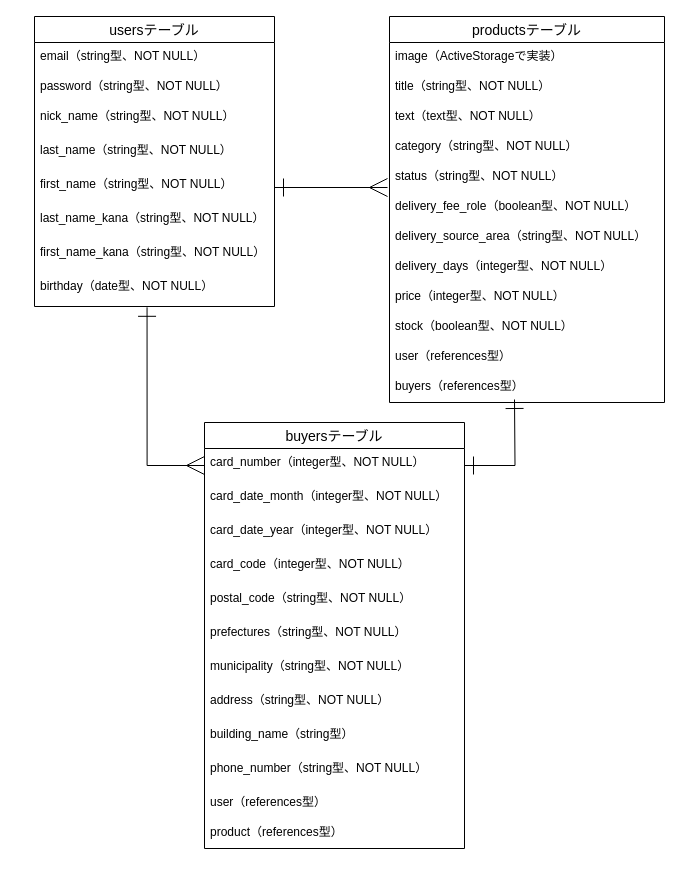
This is ER.dio from kotaro-hetsugi/furima-34434, a draw.io file, before an edit. Source tidied: cells renumbered, new cells numbered last; positions are measured from the earlier drawing's top-left corner, leaving out a move shared by most shapes. Both pictures are drawn from the tidied source at 100%, with x=0, y=0 at pixel (34, 16).
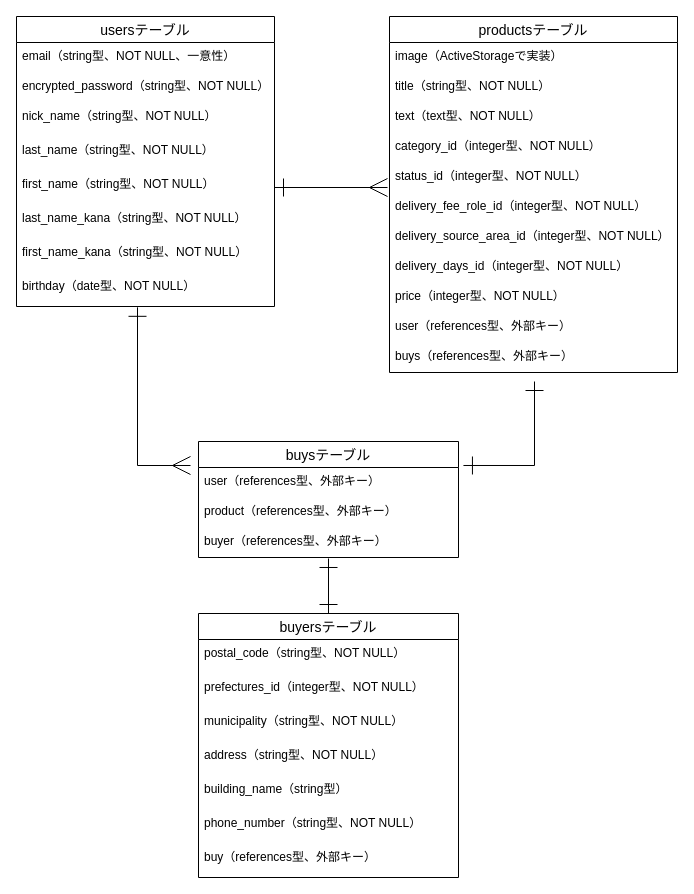
Above is the later version.

Commit message (it also covers changes not shown here):
データベース設計修正_1

What changed in the source:
```diff
@@
     <mxCell id="2" value="usersテーブル" style="swimlane;fontStyle=0;horizontal=1;startSize=26;align=center;fontSize=14;" parent="1" vertex="1">
-      <mxGeometry width="240" height="290" as="geometry" />
+      <mxGeometry x="-18" width="258" height="290" as="geometry" />
     </mxCell>
-    <mxCell id="3" value="email（string型、NOT NULL）" style="text;strokeColor=none;fillColor=none;spacingLeft=4;spacingRight=4;overflow=hidden;fontSize=12;" parent="2" vertex="1">
-      <mxGeometry y="26" width="240" height="30" as="geometry" />
+    <mxCell id="3" value="email（string型、NOT NULL、一意性）" style="text;strokeColor=none;fillColor=none;spacingLeft=4;spacingRight=4;overflow=hidden;fontSize=12;" parent="2" vertex="1">
+      <mxGeometry y="26" width="258" height="30" as="geometry" />
     </mxCell>
-    <mxCell id="4" value="password（string型、NOT NULL）" style="text;strokeColor=none;fillColor=none;spacingLeft=4;spacingRight=4;overflow=hidden;fontSize=12;" parent="2" vertex="1">
-      <mxGeometry y="56" width="240" height="30" as="geometry" />
+    <mxCell id="4" value="encrypted_password（string型、NOT NULL）" style="text;strokeColor=none;fillColor=none;spacingLeft=4;spacingRight=4;overflow=hidden;fontSize=12;" parent="2" vertex="1">
+      <mxGeometry y="56" width="258" height="30" as="geometry" />
     </mxCell>
     <mxCell id="5" value="nick_name（string型、NOT NULL）" style="text;strokeColor=none;fillColor=none;spacingLeft=4;spacingRight=4;overflow=hidden;fontSize=12;" parent="2" vertex="1">
-      <mxGeometry y="86" width="240" height="34" as="geometry" />
+      <mxGeometry y="86" width="258" height="34" as="geometry" />
     </mxCell>
     <mxCell id="6" value="last_name（string型、NOT NULL）" style="text;strokeColor=none;fillColor=none;spacingLeft=4;spacingRight=4;overflow=hidden;fontSize=12;" parent="2" vertex="1">
-      <mxGeometry y="120" width="240" height="34" as="geometry" />
+      <mxGeometry y="120" width="258" height="34" as="geometry" />
     </mxCell>
     <mxCell id="7" value="first_name（string型、NOT NULL）" style="text;strokeColor=none;fillColor=none;spacingLeft=4;spacingRight=4;overflow=hidden;points=[[0,0.5],[1,0.5]];portConstraint=eastwest;fontSize=12;" parent="2" vertex="1">
-      <mxGeometry y="154" width="240" height="34" as="geometry" />
+      <mxGeometry y="154" width="258" height="34" as="geometry" />
     </mxCell>
     <mxCell id="8" value="last_name_kana（string型、NOT NULL）" style="text;strokeColor=none;fillColor=none;spacingLeft=4;spacingRight=4;overflow=hidden;fontSize=12;" parent="2" vertex="1">
-      <mxGeometry y="188" width="240" height="34" as="geometry" />
+      <mxGeometry y="188" width="258" height="34" as="geometry" />
     </mxCell>
     <mxCell id="9" value="first_name_kana（string型、NOT NULL）" style="text;strokeColor=none;fillColor=none;spacingLeft=4;spacingRight=4;overflow=hidden;fontSize=12;" parent="2" vertex="1">
-      <mxGeometry y="222" width="240" height="34" as="geometry" />
+      <mxGeometry y="222" width="258" height="34" as="geometry" />
     </mxCell>
     <mxCell id="10" value="birthday（date型、NOT NULL）" style="text;strokeColor=none;fillColor=none;spacingLeft=4;spacingRight=4;overflow=hidden;points=[[0,0.5],[1,0.5]];portConstraint=eastwest;fontSize=12;" parent="2" vertex="1">
-      <mxGeometry y="256" width="240" height="34" as="geometry" />
+      <mxGeometry y="256" width="258" height="34" as="geometry" />
     </mxCell>
     <mxCell id="11" value="productsテーブル" style="swimlane;fontStyle=0;horizontal=1;startSize=26;align=center;fontSize=14;" parent="1" vertex="1">
-      <mxGeometry x="355" width="275" height="386" as="geometry" />
+      <mxGeometry x="355" width="288" height="356" as="geometry" />
     </mxCell>
     <mxCell id="12" value="image（ActiveStorageで実装）" style="text;strokeColor=none;fillColor=none;spacingLeft=4;spacingRight=4;overflow=hidden;fontSize=12;" parent="11" vertex="1">
-      <mxGeometry y="26" width="275" height="30" as="geometry" />
+      <mxGeometry y="26" width="288" height="30" as="geometry" />
     </mxCell>
     <mxCell id="13" value="title（string型、NOT NULL）" style="text;strokeColor=none;fillColor=none;spacingLeft=4;spacingRight=4;overflow=hidden;fontSize=12;" parent="11" vertex="1">
-      <mxGeometry y="56" width="275" height="30" as="geometry" />
+      <mxGeometry y="56" width="288" height="30" as="geometry" />
     </mxCell>
     <mxCell id="14" value="text（text型、NOT NULL）" style="text;strokeColor=none;fillColor=none;spacingLeft=4;spacingRight=4;overflow=hidden;fontSize=12;" parent="11" vertex="1">
-      <mxGeometry y="86" width="275" height="30" as="geometry" />
+      <mxGeometry y="86" width="288" height="30" as="geometry" />
     </mxCell>
-    <mxCell id="15" value="category（string型、NOT NULL）" style="text;strokeColor=none;fillColor=none;spacingLeft=4;spacingRight=4;overflow=hidden;fontSize=12;" parent="11" vertex="1">
-      <mxGeometry y="116" width="275" height="30" as="geometry" />
+    <mxCell id="15" value="category_id（integer型、NOT NULL）" style="text;strokeColor=none;fillColor=none;spacingLeft=4;spacingRight=4;overflow=hidden;fontSize=12;" parent="11" vertex="1">
+      <mxGeometry y="116" width="288" height="30" as="geometry" />
     </mxCell>
-    <mxCell id="16" value="status（string型、NOT NULL）" style="text;strokeColor=none;fillColor=none;spacingLeft=4;spacingRight=4;overflow=hidden;fontSize=12;" parent="11" vertex="1">
-      <mxGeometry y="146" width="275" height="30" as="geometry" />
+    <mxCell id="16" value="status_id（integer型、NOT NULL）" style="text;strokeColor=none;fillColor=none;spacingLeft=4;spacingRight=4;overflow=hidden;fontSize=12;" parent="11" vertex="1">
+      <mxGeometry y="146" width="288" height="30" as="geometry" />
     </mxCell>
-    <mxCell id="17" value="delivery_fee_role（boolean型、NOT NULL）" style="text;strokeColor=none;fillColor=none;spacingLeft=4;spacingRight=4;overflow=hidden;fontSize=12;" parent="11" vertex="1">
-      <mxGeometry y="176" width="275" height="30" as="geometry" />
+    <mxCell id="17" value="delivery_fee_role_id（integer型、NOT NULL）" style="text;strokeColor=none;fillColor=none;spacingLeft=4;spacingRight=4;overflow=hidden;fontSize=12;" parent="11" vertex="1">
+      <mxGeometry y="176" width="288" height="30" as="geometry" />
     </mxCell>
-    <mxCell id="18" value="delivery_source_area（string型、NOT NULL）" style="text;strokeColor=none;fillColor=none;spacingLeft=4;spacingRight=4;overflow=hidden;fontSize=12;" parent="11" vertex="1">
-      <mxGeometry y="206" width="275" height="30" as="geometry" />
+    <mxCell id="18" value="delivery_source_area_id（integer型、NOT NULL）" style="text;strokeColor=none;fillColor=none;spacingLeft=4;spacingRight=4;overflow=hidden;fontSize=12;" parent="11" vertex="1">
+      <mxGeometry y="206" width="288" height="30" as="geometry" />
     </mxCell>
-    <mxCell id="19" value="delivery_days（integer型、NOT NULL）" style="text;strokeColor=none;fillColor=none;spacingLeft=4;spacingRight=4;overflow=hidden;fontSize=12;" parent="11" vertex="1">
-      <mxGeometry y="236" width="275" height="30" as="geometry" />
+    <mxCell id="19" value="delivery_days_id（integer型、NOT NULL）" style="text;strokeColor=none;fillColor=none;spacingLeft=4;spacingRight=4;overflow=hidden;fontSize=12;" parent="11" vertex="1">
+      <mxGeometry y="236" width="288" height="30" as="geometry" />
     </mxCell>
     <mxCell id="20" value="price（integer型、NOT NULL）" style="text;strokeColor=none;fillColor=none;spacingLeft=4;spacingRight=4;overflow=hidden;fontSize=12;" parent="11" vertex="1">
-      <mxGeometry y="266" width="275" height="30" as="geometry" />
+      <mxGeometry y="266" width="288" height="30" as="geometry" />
     </mxCell>
-    <mxCell id="21" value="stock（boolean型、NOT NULL）" style="text;strokeColor=none;fillColor=none;spacingLeft=4;spacingRight=4;overflow=hidden;fontSize=12;" parent="11" vertex="1">
-      <mxGeometry y="296" width="275" height="30" as="geometry" />
-    </mxCell>
-    <mxCell id="22" value="user（references型）" style="text;strokeColor=none;fillColor=none;spacingLeft=4;spacingRight=4;overflow=hidden;fontSize=12;" parent="11" vertex="1">
-      <mxGeometry y="326" width="275" height="30" as="geometry" />
+    <mxCell id="22" value="user（references型、外部キー）" style="text;strokeColor=none;fillColor=none;spacingLeft=4;spacingRight=4;overflow=hidden;fontSize=12;" parent="11" vertex="1">
+      <mxGeometry y="296" width="288" height="30" as="geometry" />
     </mxCell>
-    <mxCell id="23" value="buyers（references型）" style="text;strokeColor=none;fillColor=none;spacingLeft=4;spacingRight=4;overflow=hidden;fontSize=12;" parent="11" vertex="1">
-      <mxGeometry y="356" width="275" height="30" as="geometry" />
+    <mxCell id="23" value="buys（references型、外部キー）" style="text;strokeColor=none;fillColor=none;spacingLeft=4;spacingRight=4;overflow=hidden;fontSize=12;" parent="11" vertex="1">
+      <mxGeometry y="326" width="288" height="30" as="geometry" />
     </mxCell>
@@
+    <mxCell id="40" style="edgeStyle=orthogonalEdgeStyle;rounded=0;jettySize=auto;html=1;entryX=0.5;entryY=1.033;entryDx=0;entryDy=0;entryPerimeter=0;strokeWidth=1;endFill=0;endArrow=ERone;endSize=16;startFill=0;startArrow=ERone;startSize=16;" parent="1" edge="1" source="25" target="45">
+      <mxGeometry relative="1" as="geometry" />
+    </mxCell>
     <mxCell id="25" value="buyersテーブル" style="swimlane;fontStyle=0;horizontal=1;startSize=26;align=center;fontSize=14;" parent="1" vertex="1">
-      <mxGeometry x="170" y="406" width="260" height="426" as="geometry" />
+      <mxGeometry x="164" y="597" width="260" height="264" as="geometry" />
     </mxCell>
-    <mxCell id="26" value="card_number（integer型、NOT NULL）" style="text;strokeColor=none;fillColor=none;spacingLeft=4;spacingRight=4;overflow=hidden;points=[[0,0.5],[1,0.5]];portConstraint=eastwest;fontSize=12;" parent="25" vertex="1">
-      <mxGeometry y="26" width="260" height="34" as="geometry" />
-    </mxCell>
-    <mxCell id="27" value="card_date_month（integer型、NOT NULL）" style="text;strokeColor=none;fillColor=none;spacingLeft=4;spacingRight=4;overflow=hidden;fontSize=12;" parent="25" vertex="1">
-      <mxGeometry y="60" width="260" height="34" as="geometry" />
-    </mxCell>
-    <mxCell id="28" value="card_date_year（integer型、NOT NULL）" style="text;strokeColor=none;fillColor=none;spacingLeft=4;spacingRight=4;overflow=hidden;fontSize=12;" parent="25" vertex="1">
-      <mxGeometry y="94" width="260" height="34" as="geometry" />
-    </mxCell>
-    <mxCell id="29" value="card_code（integer型、NOT NULL）" style="text;strokeColor=none;fillColor=none;spacingLeft=4;spacingRight=4;overflow=hidden;fontSize=12;" parent="25" vertex="1">
-      <mxGeometry y="128" width="260" height="34" as="geometry" />
-    </mxCell>
     <mxCell id="30" value="postal_code（string型、NOT NULL）" style="text;strokeColor=none;fillColor=none;spacingLeft=4;spacingRight=4;overflow=hidden;fontSize=12;" parent="25" vertex="1">
-      <mxGeometry y="162" width="260" height="34" as="geometry" />
+      <mxGeometry y="26" width="260" height="34" as="geometry" />
     </mxCell>
-    <mxCell id="31" value="prefectures（string型、NOT NULL）" style="text;strokeColor=none;fillColor=none;spacingLeft=4;spacingRight=4;overflow=hidden;fontSize=12;" parent="25" vertex="1">
-      <mxGeometry y="196" width="260" height="34" as="geometry" />
+    <mxCell id="31" value="prefectures_id（integer型、NOT NULL）" style="text;strokeColor=none;fillColor=none;spacingLeft=4;spacingRight=4;overflow=hidden;fontSize=12;" parent="25" vertex="1">
+      <mxGeometry y="60" width="260" height="34" as="geometry" />
     </mxCell>
     <mxCell id="32" value="municipality（string型、NOT NULL）" style="text;strokeColor=none;fillColor=none;spacingLeft=4;spacingRight=4;overflow=hidden;fontSize=12;" parent="25" vertex="1">
-      <mxGeometry y="230" width="260" height="34" as="geometry" />
+      <mxGeometry y="94" width="260" height="34" as="geometry" />
     </mxCell>
     <mxCell id="33" value="address（string型、NOT NULL）" style="text;strokeColor=none;fillColor=none;spacingLeft=4;spacingRight=4;overflow=hidden;fontSize=12;" parent="25" vertex="1">
-      <mxGeometry y="264" width="260" height="34" as="geometry" />
+      <mxGeometry y="128" width="260" height="34" as="geometry" />
     </mxCell>
     <mxCell id="34" value="building_name（string型）" style="text;strokeColor=none;fillColor=none;spacingLeft=4;spacingRight=4;overflow=hidden;fontSize=12;" parent="25" vertex="1">
-      <mxGeometry y="298" width="260" height="34" as="geometry" />
+      <mxGeometry y="162" width="260" height="34" as="geometry" />
     </mxCell>
     <mxCell id="35" value="phone_number（string型、NOT NULL）" style="text;strokeColor=none;fillColor=none;spacingLeft=4;spacingRight=4;overflow=hidden;fontSize=12;" parent="25" vertex="1">
-      <mxGeometry y="332" width="260" height="34" as="geometry" />
+      <mxGeometry y="196" width="260" height="34" as="geometry" />
     </mxCell>
-    <mxCell id="36" value="user（references型）" style="text;strokeColor=none;fillColor=none;spacingLeft=4;spacingRight=4;overflow=hidden;fontSize=12;" parent="25" vertex="1">
-      <mxGeometry y="366" width="260" height="30" as="geometry" />
-    </mxCell>
-    <mxCell id="37" value="product（references型）" style="text;strokeColor=none;fillColor=none;spacingLeft=4;spacingRight=4;overflow=hidden;fontSize=12;" parent="25" vertex="1">
-      <mxGeometry y="396" width="260" height="30" as="geometry" />
-    </mxCell>
+    <mxCell id="41" value="buy（references型、外部キー）" style="text;strokeColor=none;fillColor=none;spacingLeft=4;spacingRight=4;overflow=hidden;fontSize=12;" parent="25" vertex="1">
+      <mxGeometry y="230" width="260" height="34" as="geometry" />
+    </mxCell>
-    <mxCell id="38" style="edgeStyle=orthogonalEdgeStyle;rounded=0;jettySize=auto;html=1;exitX=0;exitY=0.5;exitDx=0;exitDy=0;entryX=0.469;entryY=1.024;entryDx=0;entryDy=0;entryPerimeter=0;startArrow=ERmany;startFill=0;startSize=16;endArrow=ERone;endFill=0;endSize=16;strokeWidth=1;" parent="1" edge="1" source="26" target="10">
-      <mxGeometry relative="1" as="geometry" />
+    <mxCell id="38" style="edgeStyle=orthogonalEdgeStyle;rounded=0;jettySize=auto;html=1;entryX=0.469;entryY=1.024;entryDx=0;entryDy=0;entryPerimeter=0;startArrow=ERmany;startFill=0;startSize=16;endArrow=ERone;endFill=0;endSize=16;strokeWidth=1;" parent="1" edge="1" target="10">
+      <mxGeometry relative="1" as="geometry">
+        <mxPoint x="156" y="449" as="sourcePoint" />
+        <Array as="points">
+          <mxPoint x="103" y="449" />
+        </Array>
+      </mxGeometry>
     </mxCell>
-    <mxCell id="39" style="edgeStyle=orthogonalEdgeStyle;rounded=0;jettySize=auto;html=1;exitX=1;exitY=0.5;exitDx=0;exitDy=0;startArrow=ERone;startFill=0;startSize=16;endArrow=ERone;endFill=0;endSize=16;strokeWidth=1;" parent="1" edge="1" source="26">
+    <mxCell id="39" style="edgeStyle=orthogonalEdgeStyle;rounded=0;jettySize=auto;html=1;startArrow=ERone;startFill=0;startSize=16;endArrow=ERone;endFill=0;endSize=16;strokeWidth=1;exitX=1.019;exitY=-0.067;exitDx=0;exitDy=0;exitPerimeter=0;" parent="1" edge="1" source="43">
       <mxGeometry relative="1" as="geometry">
-        <mxPoint x="480" y="383" as="targetPoint" />
+        <mxPoint x="500" y="365" as="targetPoint" />
+        <Array as="points">
+          <mxPoint x="500" y="449" />
+        </Array>
       </mxGeometry>
     </mxCell>
+    <mxCell id="42" value="buysテーブル" style="swimlane;fontStyle=0;horizontal=1;startSize=26;align=center;fontSize=14;" parent="1" vertex="1">
+      <mxGeometry x="164" y="425" width="260" height="116" as="geometry" />
+    </mxCell>
+    <mxCell id="43" value="user（references型、外部キー）" style="text;strokeColor=none;fillColor=none;spacingLeft=4;spacingRight=4;overflow=hidden;points=[[0,0.5],[1,0.5]];portConstraint=eastwest;fontSize=12;" parent="42" vertex="1">
+      <mxGeometry y="26" width="260" height="30" as="geometry" />
+    </mxCell>
+    <mxCell id="44" value="product（references型、外部キー）" style="text;strokeColor=none;fillColor=none;spacingLeft=4;spacingRight=4;overflow=hidden;fontSize=12;" parent="42" vertex="1">
+      <mxGeometry y="56" width="260" height="30" as="geometry" />
+    </mxCell>
+    <mxCell id="45" value="buyer（references型、外部キー）" style="text;strokeColor=none;fillColor=none;spacingLeft=4;spacingRight=4;overflow=hidden;points=[[0,0.5],[1,0.5]];portConstraint=eastwest;fontSize=12;" parent="42" vertex="1">
+      <mxGeometry y="86" width="260" height="30" as="geometry" />
+    </mxCell>
```
